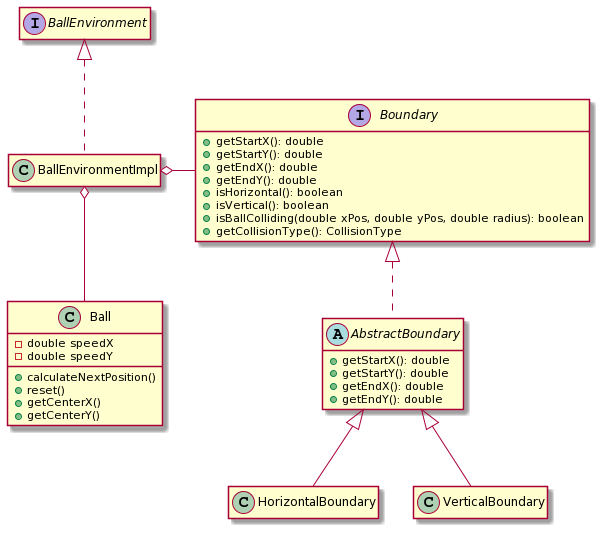
RiccardoSquarcialupi/oop19-dpg keeps this PlantUML diagram as doc/Relazione/images/freddi/BallEnvironment.png. Above is the earlier version. Source of this version:
```plantuml
@startuml
interface BallEnvironment
class BallEnvironmentImpl implements BallEnvironment
class Ball {
    -double speedX
    -double speedY
    +calculateNextPosition()
    +reset()
    +getCenterX()
    +getCenterY()
}
interface Boundary {
    +getStartX(): double
    +getStartY(): double
    +getEndX(): double
    +getEndY(): double
    +isHorizontal(): boolean
    +isVertical(): boolean
    +isBallColliding(double xPos, double yPos, double radius): boolean
    +getCollisionType(): CollisionType
}
abstract AbstractBoundary implements Boundary {
    +getStartX(): double
    +getStartY(): double
    +getEndX(): double
    +getEndY(): double
}
class HorizontalBoundary extends AbstractBoundary
class VerticalBoundary extends AbstractBoundary

BallEnvironmentImpl o-- Ball
BallEnvironmentImpl o- Boundary

hide empty methods
hide empty fields
@enduml
```
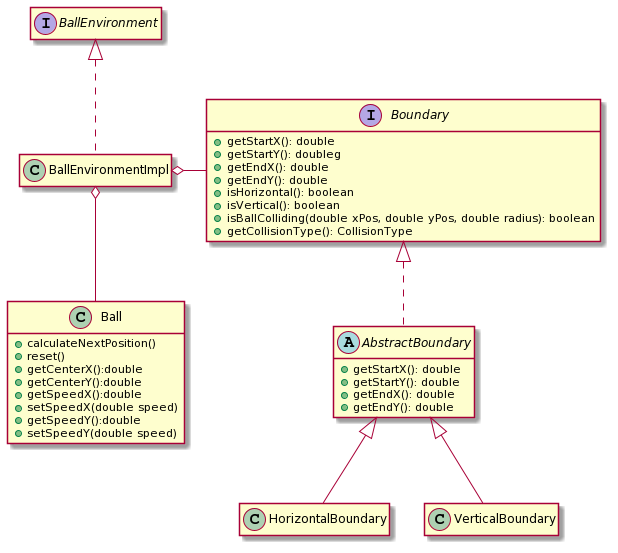
The same diagram one commit later.

What changed in the source:
```diff
@@ -2,16 +2,19 @@
 interface BallEnvironment
 class BallEnvironmentImpl implements BallEnvironment
 class Ball {
-    -double speedX
-    -double speedY
     +calculateNextPosition()
     +reset()
-    +getCenterX()
-    +getCenterY()
+    +getCenterX():double
+    +getCenterY():double
+    +getSpeedX():double
+    +setSpeedX(double speed)
+    +getSpeedY():double
+    +setSpeedY(double speed)
+
 }
 interface Boundary {
     +getStartX(): double
-    +getStartY(): double
+    +getStartY(): doubleg
     +getEndX(): double
     +getEndY(): double
     +isHorizontal(): boolean
```
